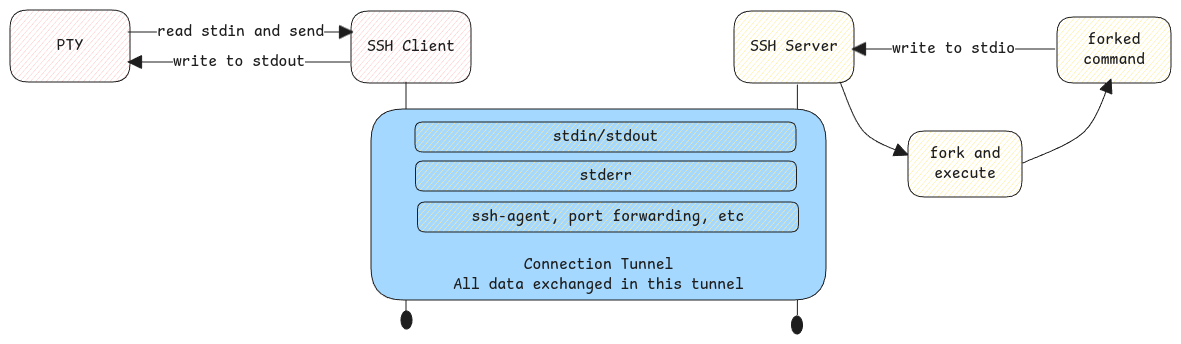
This is static/img/ssh-tunnel.excalidraw.png from swaroopar/inprogress-engineer, a Excalidraw export, as it was before one commit. Source tidied: one line per element, renumbered; positions are measured from the earlier drawing's top-left corner, leaving out a move shared by most shapes.
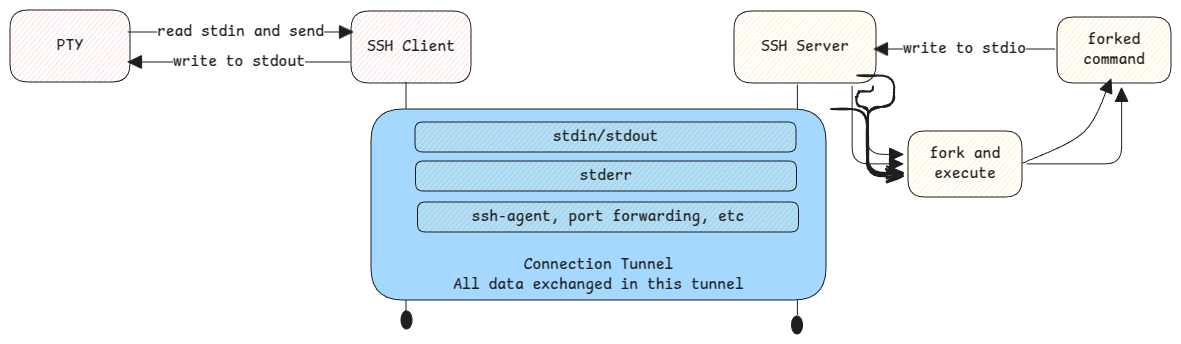
The same file after the commit.

The edit, as a diff of the source:
```diff
@@ -1,7 +1,7 @@
 {"id": 0, "type": "rectangle", "strokeColor": "#1e1e1e", "backgroundColor": "#ffc9c9", "fillStyle": "hachure", "strokeWidth": 1, "roughness": 0, "round": true, "x": 341, "y": 1, "width": 120, "height": 72}
 {"id": 1, "type": "text", "text": "SSH Client", "strokeColor": "#1e1e1e", "strokeWidth": 2, "roughness": 1, "fontSize": 16, "fontFamily": 8, "textAlign": "center", "verticalAlign": "middle", "inside": 0, "x": 357, "y": 27, "width": 88, "height": 20}
-{"id": 2, "type": "rectangle", "strokeColor": "#1e1e1e", "backgroundColor": "#ffec99", "fillStyle": "hachure", "strokeWidth": 1, "roughness": 0, "round": true, "x": 724, "y": 1, "width": 120, "height": 72}
+{"id": 2, "type": "rectangle", "strokeColor": "#1e1e1e", "backgroundColor": "#ffec99", "fillStyle": "hachure", "strokeWidth": 1, "roughness": 0, "round": true, "x": 724, "y": 1, "width": 142, "height": 72}
-{"id": 3, "type": "text", "text": "SSH Server", "strokeColor": "#1e1e1e", "strokeWidth": 2, "roughness": 1, "fontSize": 16, "fontFamily": 8, "textAlign": "center", "verticalAlign": "middle", "inside": 2, "x": 740, "y": 27, "width": 88, "height": 20}
+{"id": 3, "type": "text", "text": "SSH Server", "strokeColor": "#1e1e1e", "strokeWidth": 2, "roughness": 1, "fontSize": 16, "fontFamily": 8, "textAlign": "center", "verticalAlign": "middle", "inside": 2, "x": 751, "y": 27, "width": 88, "height": 20}
 {"id": 4, "type": "line", "strokeColor": "#1e1e1e", "strokeWidth": 1, "roughness": 0, "endArrowhead": "triangle", "round": true, "x": 396, "y": 72, "width": 0, "height": 232, "points": [[0, 0], [0, 232]]}
 {"id": 5, "type": "line", "strokeColor": "#1e1e1e", "strokeWidth": 1, "roughness": 0, "endArrowhead": "triangle", "round": true, "x": 787, "y": 75, "width": 0, "height": 230, "points": [[0, 0], [0, 230]]}
 {"id": 6, "type": "rectangle", "strokeColor": "#1e1e1e", "backgroundColor": "#a5d8ff", "fillStyle": "solid", "strokeWidth": 1, "roughness": 0, "round": true, "x": 361, "y": 99, "width": 455, "height": 191}
@@ -18,9 +18,7 @@
 {"id": 17, "type": "text", "text": "fork and\nexecute", "strokeColor": "#1e1e1e", "backgroundColor": "#ffec99", "fillStyle": "hachure", "strokeWidth": 1, "roughness": 0, "fontSize": 16, "fontFamily": 8, "textAlign": "center", "verticalAlign": "middle", "inside": 16, "x": 920, "y": 134, "width": 70, "height": 40}
 {"id": 18, "type": "rectangle", "strokeColor": "#1e1e1e", "backgroundColor": "#ffec99", "fillStyle": "hachure", "strokeWidth": 1, "roughness": 0, "round": true, "x": 1047, "y": 7, "width": 114, "height": 66}
 {"id": 19, "type": "text", "text": "forked\ncommand", "strokeColor": "#1e1e1e", "backgroundColor": "#ffec99", "fillStyle": "hachure", "strokeWidth": 1, "roughness": 0, "fontSize": 16, "fontFamily": 8, "textAlign": "center", "verticalAlign": "middle", "inside": 18, "x": 1073, "y": 20, "width": 62, "height": 40}
-{"id": 20, "type": "arrow", "strokeColor": "#1e1e1e", "backgroundColor": "#ffec99", "fillStyle": "hachure", "strokeWidth": 1, "roughness": 0, "endArrowhead": "triangle", "round": true, "from": 6, "to": 16, "x": 830, "y": 72, "width": 68, "height": 73, "points": [[0, 0], [24, 50], [68, 73]]}
-{"id": 21, "type": "arrow", "strokeColor": "#1e1e1e", "backgroundColor": "#ffec99", "fillStyle": "hachure", "strokeWidth": 1, "roughness": 0, "endArrowhead": "triangle", "round": true, "from": 16, "to": 18, "x": 1013, "y": 153, "width": 88, "height": 84, "points": [[0, 0], [61, -31], [88, -84]]}
-{"id": 22, "type": "arrow", "strokeColor": "#1e1e1e", "backgroundColor": "#ffec99", "fillStyle": "hachure", "strokeWidth": 1, "roughness": 0, "endArrowhead": "triangle", "round": true, "x": 1045, "y": 39, "width": 203, "height": 0, "points": [[0, 0], [-203, 0]]}
+{"id": 22, "type": "arrow", "strokeColor": "#1e1e1e", "backgroundColor": "#ffec99", "fillStyle": "hachure", "strokeWidth": 1, "roughness": 0, "endArrowhead": "triangle", "round": true, "from": 18, "to": 2, "x": 1045, "y": 39, "width": 181, "height": 0, "points": [[0, 0], [-181, 0]]}
 {"id": 23, "type": "text", "text": "write to stdio", "strokeColor": "#1e1e1e", "backgroundColor": "#ffec99", "fillStyle": "hachure", "strokeWidth": 1, "roughness": 0, "fontSize": 16, "fontFamily": 8, "textAlign": "center", "verticalAlign": "middle", "inside": 22, "x": 882, "y": 29, "width": 123, "height": 20}
 {"id": 24, "type": "rectangle", "strokeColor": "#1e1e1e", "backgroundColor": "#ffc9c9", "fillStyle": "hachure", "strokeWidth": 1, "roughness": 0, "round": true, "x": 0, "y": 0, "width": 120, "height": 72}
 {"id": 25, "type": "text", "text": "PTY", "strokeColor": "#1e1e1e", "strokeWidth": 2, "roughness": 1, "fontSize": 16, "fontFamily": 8, "textAlign": "center", "verticalAlign": "middle", "inside": 24, "x": 47, "y": 26, "width": 26, "height": 20}
@@ -28,3 +26,5 @@
 {"id": 27, "type": "text", "text": "write to stdout", "strokeColor": "#1e1e1e", "strokeWidth": 2, "roughness": 0, "fontSize": 16, "fontFamily": 8, "textAlign": "center", "verticalAlign": "middle", "inside": 26, "x": 163, "y": 42, "width": 132, "height": 20}
 {"id": 28, "type": "arrow", "strokeColor": "#1e1e1e", "strokeWidth": 1, "roughness": 0, "endArrowhead": "triangle", "round": true, "x": 118, "y": 22, "width": 225, "height": 0, "points": [[0, 0], [225, 0]]}
 {"id": 29, "type": "text", "text": "read stdin and send", "strokeColor": "#1e1e1e", "strokeWidth": 2, "roughness": 0, "fontSize": 16, "fontFamily": 8, "textAlign": "center", "verticalAlign": "middle", "inside": 28, "x": 147, "y": 12, "width": 167, "height": 20}
+{"id": 30, "type": "arrow", "strokeColor": "#1e1e1e", "strokeWidth": 1, "roughness": 0, "endArrowhead": "triangle", "from": 16, "to": 18, "x": 1017, "y": 154, "width": 95, "height": 76, "points": [[0, 0], [95, 0], [95, -76]]}
+{"id": 31, "type": "arrow", "strokeColor": "#1e1e1e", "strokeWidth": 1, "roughness": 0, "endArrowhead": "triangle", "from": 2, "to": 16, "x": 842, "y": 76, "width": 51, "height": 78, "points": [[0, 0], [0, 78], [51, 78]]}
```
